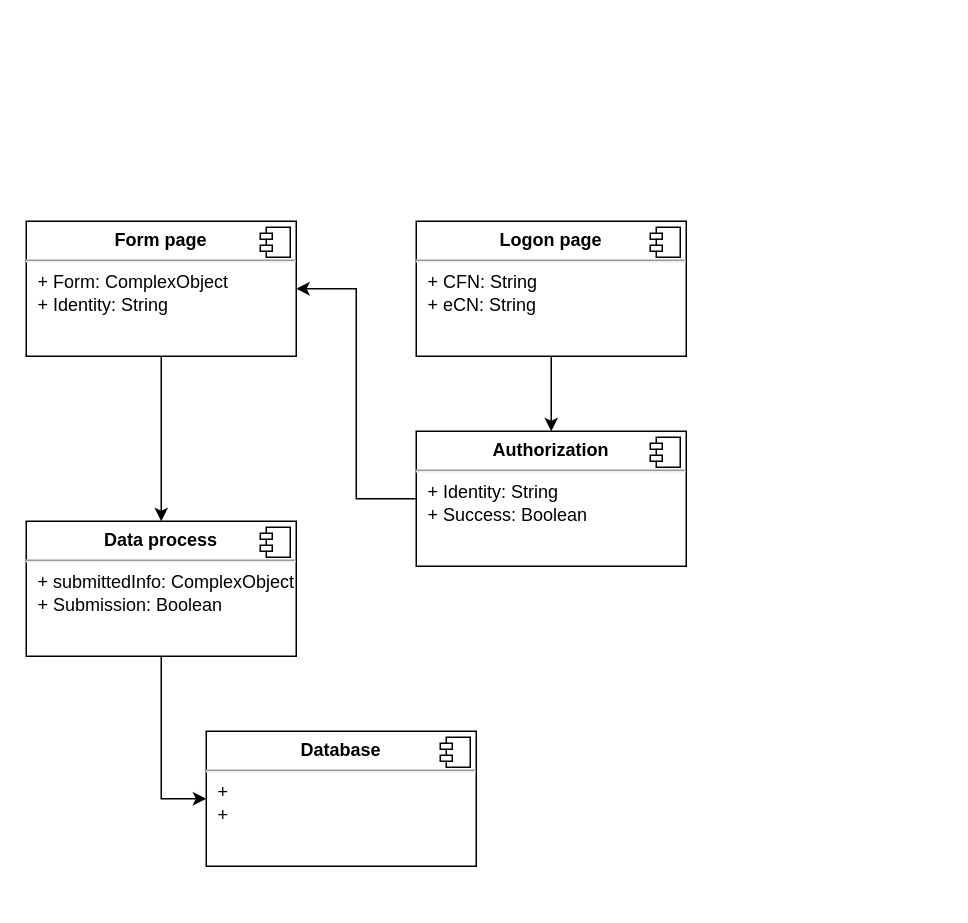
Above: page "Static" (2 of 3) of ECS.drawio in yuecchen/SampleApps (draw.io), before the change. Source tidied: cells renumbered, new cells numbered last; positions are measured from the earlier drawing's top-left corner, leaving out a move shared by most shapes. Both pictures are drawn from the tidied source at 150%, with x=0, y=0 at pixel (26, 220).
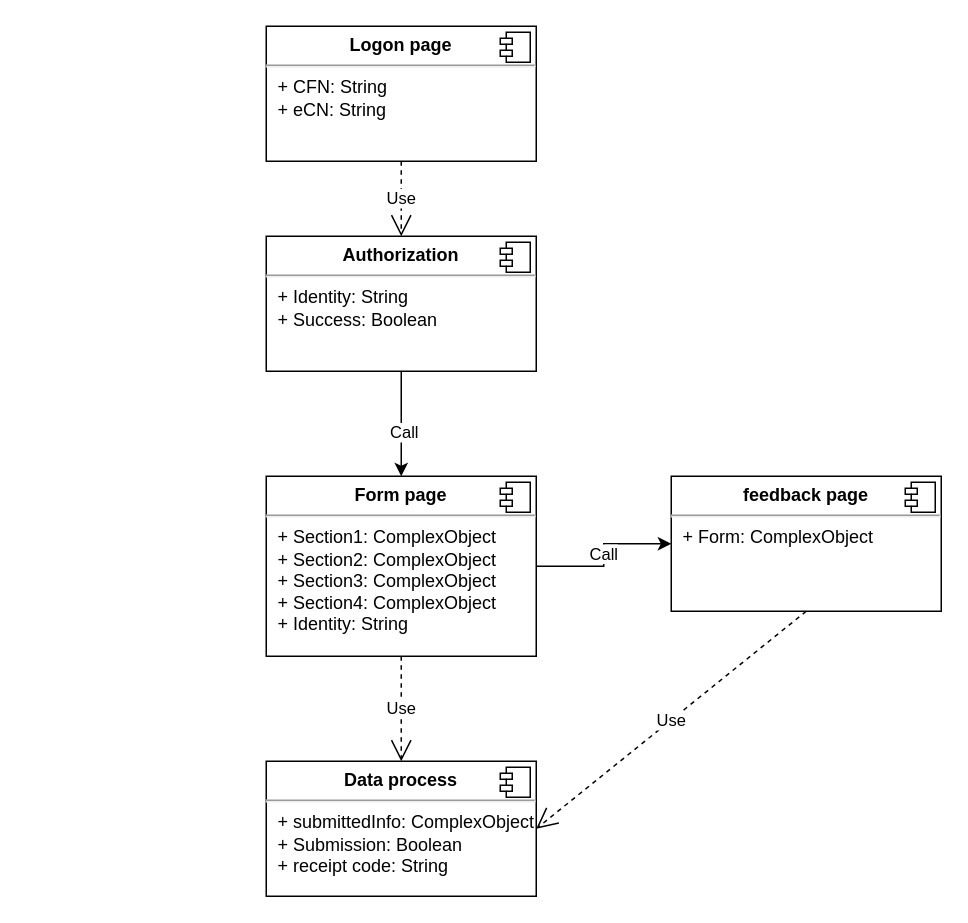
After the change.

Change to the diagram source:
```diff
@@
-    <mxCell id="2" style="edgeStyle=orthogonalEdgeStyle;rounded=0;jettySize=auto;html=1;exitX=0.5;exitY=1;exitDx=0;exitDy=0;entryX=0.5;entryY=0;entryDx=0;entryDy=0;" parent="1" edge="1" source="3" target="6">
-      <mxGeometry relative="1" as="geometry" />
-    </mxCell>
     <mxCell id="3" value="&lt;p style=&quot;margin:0px;margin-top:6px;text-align:center;&quot;&gt;&lt;b&gt;Logon page&lt;br&gt;&lt;/b&gt;&lt;/p&gt;&lt;hr&gt;&lt;p style=&quot;margin:0px;margin-left:8px;&quot;&gt;+ CFN: String&lt;br&gt;+ eCN: String&lt;/p&gt;" style="align=left;overflow=fill;html=1;" parent="1" vertex="1">
-      <mxGeometry x="260" width="180" height="90" as="geometry" />
+      <mxGeometry x="160" y="-130" width="180" height="90" as="geometry" />
     </mxCell>
@@
-    <mxCell id="5" style="edgeStyle=orthogonalEdgeStyle;rounded=0;jettySize=auto;html=1;entryX=1;entryY=0.5;entryDx=0;entryDy=0;" parent="1" edge="1" source="6" target="9">
+    <mxCell id="5" style="edgeStyle=orthogonalEdgeStyle;rounded=0;jettySize=auto;html=1;entryX=0.5;entryY=0;entryDx=0;entryDy=0;" parent="1" edge="1" source="6" target="9">
       <mxGeometry relative="1" as="geometry" />
     </mxCell>
+    <mxCell id="16" value="Call" style="edgeLabel;html=1;align=center;verticalAlign=middle;" parent="5" vertex="1">
+      <mxGeometry x="0.15" y="1" relative="1" as="geometry" />
+    </mxCell>
     <mxCell id="6" value="&lt;p style=&quot;margin:0px;margin-top:6px;text-align:center;&quot;&gt;&lt;b&gt;Authorization&lt;br&gt;&lt;/b&gt;&lt;/p&gt;&lt;hr&gt;&lt;p style=&quot;margin:0px;margin-left:8px;&quot;&gt;+ Identity: String&lt;br&gt;+ Success: Boolean&lt;/p&gt;" style="align=left;overflow=fill;html=1;" parent="1" vertex="1">
-      <mxGeometry x="260" y="140" width="180" height="90" as="geometry" />
+      <mxGeometry x="160" y="10" width="180" height="90" as="geometry" />
     </mxCell>
@@
-    <mxCell id="8" style="edgeStyle=orthogonalEdgeStyle;rounded=0;jettySize=auto;html=1;" parent="1" edge="1" source="9" target="12">
-      <mxGeometry relative="1" as="geometry" />
-    </mxCell>
+    <mxCell id="17" value="Call" style="edgeStyle=orthogonalEdgeStyle;rounded=0;jettySize=auto;html=1;entryX=0;entryY=0.5;entryDx=0;entryDy=0;" parent="1" edge="1" source="9" target="18">
+      <mxGeometry relative="1" as="geometry" />
+    </mxCell>
-    <mxCell id="9" value="&lt;p style=&quot;margin:0px;margin-top:6px;text-align:center;&quot;&gt;&lt;b&gt;Form page&lt;br&gt;&lt;/b&gt;&lt;/p&gt;&lt;hr&gt;&lt;p style=&quot;margin:0px;margin-left:8px;&quot;&gt;+ Form: ComplexObject&lt;br&gt;+ Identity: String&lt;/p&gt;" style="align=left;overflow=fill;html=1;" parent="1" vertex="1">
-      <mxGeometry width="180" height="90" as="geometry" />
+    <mxCell id="9" value="&lt;p style=&quot;margin:0px;margin-top:6px;text-align:center;&quot;&gt;&lt;b&gt;Form page&lt;br&gt;&lt;/b&gt;&lt;/p&gt;&lt;hr&gt;&lt;p style=&quot;margin:0px;margin-left:8px;&quot;&gt;+ Section1: ComplexObject&lt;/p&gt;&lt;p style=&quot;margin:0px;margin-left:8px;&quot;&gt;+ Section2: ComplexObject&lt;/p&gt;&lt;p style=&quot;margin:0px;margin-left:8px;&quot;&gt;+ Section3: ComplexObject&lt;/p&gt;&lt;p style=&quot;margin:0px;margin-left:8px;&quot;&gt;+ Section4: ComplexObject&lt;/p&gt;&lt;p style=&quot;margin:0px;margin-left:8px;&quot;&gt;+ Identity: String&lt;/p&gt;" style="align=left;overflow=fill;html=1;" parent="1" vertex="1">
+      <mxGeometry x="160" y="170" width="180" height="120" as="geometry" />
     </mxCell>
@@
-    <mxCell id="11" style="edgeStyle=orthogonalEdgeStyle;rounded=0;jettySize=auto;html=1;entryX=0;entryY=0.5;entryDx=0;entryDy=0;" parent="1" edge="1" source="12" target="14">
-      <mxGeometry relative="1" as="geometry" />
-    </mxCell>
-    <mxCell id="12" value="&lt;p style=&quot;margin:0px;margin-top:6px;text-align:center;&quot;&gt;&lt;b&gt;Data process&lt;br&gt;&lt;/b&gt;&lt;/p&gt;&lt;hr&gt;&lt;p style=&quot;margin:0px;margin-left:8px;&quot;&gt;+ submittedInfo: ComplexObject&lt;br&gt;+ Submission: Boolean&lt;/p&gt;" style="align=left;overflow=fill;html=1;" parent="1" vertex="1">
-      <mxGeometry y="200" width="180" height="90" as="geometry" />
+    <mxCell id="12" value="&lt;p style=&quot;margin:0px;margin-top:6px;text-align:center;&quot;&gt;&lt;b&gt;Data process&lt;br&gt;&lt;/b&gt;&lt;/p&gt;&lt;hr&gt;&lt;p style=&quot;margin:0px;margin-left:8px;&quot;&gt;+ submittedInfo: ComplexObject&lt;br&gt;+ Submission: Boolean&lt;/p&gt;&lt;p style=&quot;margin:0px;margin-left:8px;&quot;&gt;+ receipt code: String&lt;br&gt;&lt;/p&gt;&lt;div&gt;&lt;br&gt;&lt;/div&gt;&lt;div&gt;&lt;br&gt;&lt;/div&gt;" style="align=left;overflow=fill;html=1;" parent="1" vertex="1">
+      <mxGeometry x="160" y="360" width="180" height="90" as="geometry" />
     </mxCell>
@@
-    <mxCell id="14" value="&lt;p style=&quot;margin:0px;margin-top:6px;text-align:center;&quot;&gt;&lt;b&gt;Database&lt;br&gt;&lt;/b&gt;&lt;/p&gt;&lt;hr&gt;&lt;p style=&quot;margin:0px;margin-left:8px;&quot;&gt;+ &lt;br&gt;+&lt;/p&gt;" style="align=left;overflow=fill;html=1;" parent="1" vertex="1">
-      <mxGeometry x="120" y="340" width="180" height="90" as="geometry" />
-    </mxCell>
-    <mxCell id="15" style="shape=component;jettyWidth=8;jettyHeight=4;" parent="14" vertex="1">
-      <mxGeometry x="1" width="20" height="20" relative="1" as="geometry">
-        <mxPoint x="-24" y="4" as="offset" />
-      </mxGeometry>
-    </mxCell>
+    <mxCell id="18" value="&lt;p style=&quot;margin:0px;margin-top:6px;text-align:center;&quot;&gt;&lt;b&gt;feedback page&lt;br&gt;&lt;/b&gt;&lt;/p&gt;&lt;hr&gt;&lt;p style=&quot;margin:0px;margin-left:8px;&quot;&gt;+ Form: ComplexObject&lt;br&gt;&lt;/p&gt;" style="align=left;overflow=fill;html=1;" parent="1" vertex="1">
+      <mxGeometry x="430" y="170" width="180" height="90" as="geometry" />
+    </mxCell>
+    <mxCell id="19" style="shape=component;jettyWidth=8;jettyHeight=4;" parent="18" vertex="1">
+      <mxGeometry x="1" width="20" height="20" relative="1" as="geometry">
+        <mxPoint x="-24" y="4" as="offset" />
+      </mxGeometry>
+    </mxCell>
+    <mxCell id="2" value="Use" style="endArrow=open;endSize=12;dashed=1;html=1;rounded=0;exitX=0.5;exitY=1;exitDx=0;exitDy=0;entryX=0.5;entryY=0;entryDx=0;entryDy=0;" parent="1" edge="1" source="3" target="6">
+      <mxGeometry relative="1" as="geometry" />
+    </mxCell>
+    <mxCell id="20" value="Use" style="endArrow=open;endSize=12;dashed=1;html=1;rounded=0;entryX=0.5;entryY=0;entryDx=0;entryDy=0;" parent="1" edge="1" target="12">
+      <mxGeometry relative="1" as="geometry">
+        <mxPoint x="250" y="290" as="sourcePoint" />
+      </mxGeometry>
+    </mxCell>
+    <mxCell id="21" value="Use" style="endArrow=open;endSize=12;dashed=1;html=1;rounded=0;entryX=1;entryY=0.5;entryDx=0;entryDy=0;exitX=0.5;exitY=1;exitDx=0;exitDy=0;" parent="1" edge="1" source="18" target="12">
+      <mxGeometry relative="1" as="geometry" />
+    </mxCell>
```
